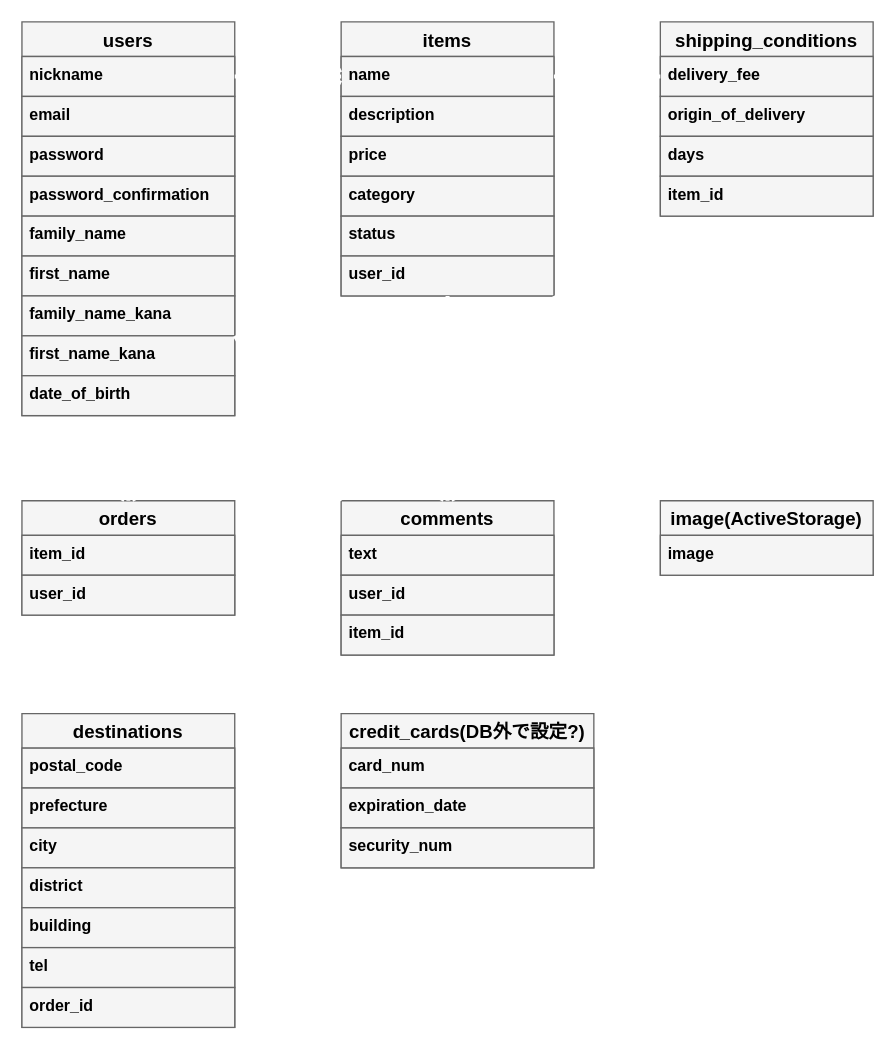
The draw.io diagram .dio in kentoshiohara/furima-38883, before the edit. Source tidied: cells renumbered, new cells numbered last; positions are measured from the earlier drawing's top-left corner, leaving out a move shared by most shapes. Both pictures are drawn from the tidied source at 133%, with x=0, y=0 at pixel (21, 21).
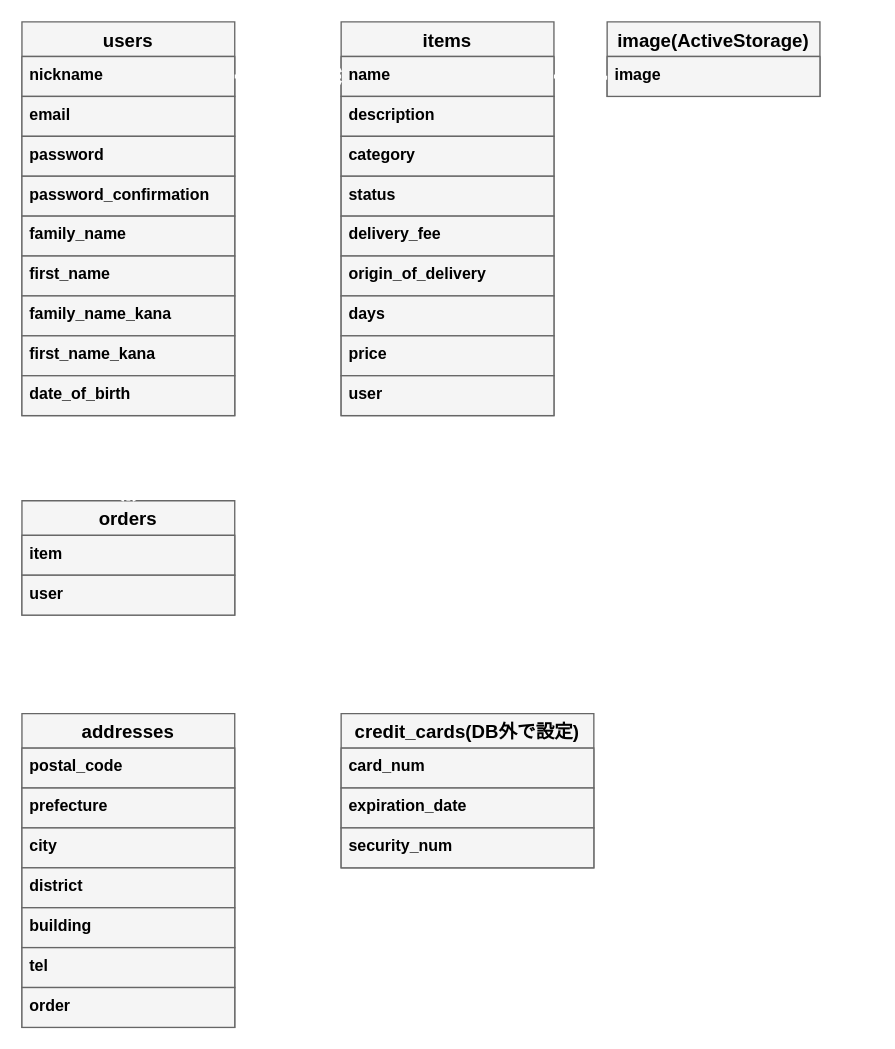
The same page after the edit.

The change refers to these unchanged cells:
```xml
<mxCell id="14" value="name" style="text;strokeColor=#666666;fillColor=#f5f5f5;spacingLeft=4;spacingRight=4;overflow=hidden;points=[[0,0.5],[1,0.5]];portConstraint=eastwest;fontSize=12;fontStyle=1;fontColor=#000000;" parent="13" vertex="1">
  <mxGeometry y="26" width="160" height="30" as="geometry" />
</mxCell>
<mxCell id="21" value="orders" style="swimlane;fontStyle=1;horizontal=1;startSize=26;align=center;fontSize=14;fontColor=#000000;fillColor=#f5f5f5;strokeColor=#666666;" parent="1" vertex="1">
  <mxGeometry y="360" width="160" height="86" as="geometry" />
</mxCell>
```

Diff of the diagram source:
```diff
@@
     <mxCell id="13" value="items" style="swimlane;fontStyle=1;horizontal=1;startSize=26;align=center;fontSize=14;fontColor=#000000;fillColor=#f5f5f5;strokeColor=#666666;" parent="1" vertex="1">
-      <mxGeometry x="240" width="160" height="206" as="geometry" />
+      <mxGeometry x="240" width="160" height="296" as="geometry" />
     </mxCell>
@@
-    <mxCell id="16" value="price" style="text;strokeColor=#666666;fillColor=#f5f5f5;spacingLeft=4;spacingRight=4;overflow=hidden;fontSize=12;fontStyle=1;fontColor=#000000;" parent="13" vertex="1">
-      <mxGeometry y="86" width="160" height="30" as="geometry" />
-    </mxCell>
     <mxCell id="17" value="category" style="text;strokeColor=#666666;fillColor=#f5f5f5;spacingLeft=4;spacingRight=4;overflow=hidden;fontSize=12;fontStyle=1;fontColor=#000000;" parent="13" vertex="1">
-      <mxGeometry y="116" width="160" height="30" as="geometry" />
+      <mxGeometry y="86" width="160" height="30" as="geometry" />
     </mxCell>
     <mxCell id="18" value="status" style="text;strokeColor=#666666;fillColor=#f5f5f5;spacingLeft=4;spacingRight=4;overflow=hidden;fontSize=12;fontStyle=1;fontColor=#000000;" parent="13" vertex="1">
-      <mxGeometry y="146" width="160" height="30" as="geometry" />
+      <mxGeometry y="116" width="160" height="30" as="geometry" />
     </mxCell>
+    <mxCell id="38" value="delivery_fee  " style="text;strokeColor=#666666;fillColor=#f5f5f5;spacingLeft=4;spacingRight=4;overflow=hidden;points=[[0,0.5],[1,0.5]];portConstraint=eastwest;fontSize=12;fontStyle=1;fontColor=#000000;" parent="13" vertex="1">
+      <mxGeometry y="146" width="160" height="30" as="geometry" />
+    </mxCell>
+    <mxCell id="16" value="origin_of_delivery" style="text;strokeColor=#666666;fillColor=#f5f5f5;spacingLeft=4;spacingRight=4;overflow=hidden;fontSize=12;fontStyle=1;fontColor=#000000;" parent="13" vertex="1">
+      <mxGeometry y="176" width="160" height="30" as="geometry" />
+    </mxCell>
+    <mxCell id="40" value="days" style="text;strokeColor=#666666;fillColor=#f5f5f5;spacingLeft=4;spacingRight=4;overflow=hidden;fontSize=12;fontStyle=1;fontColor=#000000;" parent="13" vertex="1">
+      <mxGeometry y="206" width="160" height="30" as="geometry" />
+    </mxCell>
+    <mxCell id="55" value="price" style="text;strokeColor=#666666;fillColor=#f5f5f5;spacingLeft=4;spacingRight=4;overflow=hidden;fontSize=12;fontStyle=1;fontColor=#000000;" parent="13" vertex="1">
+      <mxGeometry y="236" width="160" height="30" as="geometry" />
+    </mxCell>
-    <mxCell id="19" value="user_id" style="text;strokeColor=#666666;fillColor=#f5f5f5;spacingLeft=4;spacingRight=4;overflow=hidden;points=[[0,0.5],[1,0.5]];portConstraint=eastwest;fontSize=12;fontStyle=1;fontColor=#000000;" parent="13" vertex="1">
-      <mxGeometry y="176" width="160" height="30" as="geometry" />
+    <mxCell id="19" value="user" style="text;strokeColor=#666666;fillColor=#f5f5f5;spacingLeft=4;spacingRight=4;overflow=hidden;points=[[0,0.5],[1,0.5]];portConstraint=eastwest;fontSize=12;fontStyle=1;fontColor=#000000;" parent="13" vertex="1">
+      <mxGeometry y="266" width="160" height="30" as="geometry" />
     </mxCell>
@@
-    <mxCell id="22" value="item_id" style="text;strokeColor=#666666;fillColor=#f5f5f5;spacingLeft=4;spacingRight=4;overflow=hidden;points=[[0,0.5],[1,0.5]];portConstraint=eastwest;fontSize=12;fontStyle=1;fontColor=#000000;" parent="21" vertex="1">
+    <mxCell id="22" value="item" style="text;strokeColor=#666666;fillColor=#f5f5f5;spacingLeft=4;spacingRight=4;overflow=hidden;points=[[0,0.5],[1,0.5]];portConstraint=eastwest;fontSize=12;fontStyle=1;fontColor=#000000;" parent="21" vertex="1">
       <mxGeometry y="26" width="160" height="30" as="geometry" />
     </mxCell>
-    <mxCell id="23" value="user_id" style="text;strokeColor=#666666;fillColor=#f5f5f5;spacingLeft=4;spacingRight=4;overflow=hidden;points=[[0,0.5],[1,0.5]];portConstraint=eastwest;fontSize=12;fontStyle=1;fontColor=#000000;" parent="21" vertex="1">
+    <mxCell id="23" value="user" style="text;strokeColor=#666666;fillColor=#f5f5f5;spacingLeft=4;spacingRight=4;overflow=hidden;points=[[0,0.5],[1,0.5]];portConstraint=eastwest;fontSize=12;fontStyle=1;fontColor=#000000;" parent="21" vertex="1">
       <mxGeometry y="56" width="160" height="30" as="geometry" />
     </mxCell>
@@
-    <mxCell id="25" value="destinations" style="swimlane;fontStyle=1;horizontal=1;startSize=26;align=center;fontSize=14;fontColor=#000000;fillColor=#f5f5f5;strokeColor=#666666;" parent="1" vertex="1">
+    <mxCell id="25" value="addresses" style="swimlane;fontStyle=1;horizontal=1;startSize=26;align=center;fontSize=14;fontColor=#000000;fillColor=#f5f5f5;strokeColor=#666666;" parent="1" vertex="1">
       <mxGeometry y="520" width="160" height="236" as="geometry" />
     </mxCell>
@@
-    <mxCell id="32" value="order_id" style="text;strokeColor=#666666;fillColor=#f5f5f5;spacingLeft=4;spacingRight=4;overflow=hidden;fontSize=12;fontStyle=1;fontColor=#000000;" parent="25" vertex="1">
+    <mxCell id="32" value="order" style="text;strokeColor=#666666;fillColor=#f5f5f5;spacingLeft=4;spacingRight=4;overflow=hidden;fontSize=12;fontStyle=1;fontColor=#000000;" parent="25" vertex="1">
       <mxGeometry y="206" width="160" height="30" as="geometry" />
     </mxCell>
-    <mxCell id="33" value="comments" style="swimlane;fontStyle=1;horizontal=1;startSize=26;align=center;fontSize=14;fontColor=#000000;fillColor=#f5f5f5;strokeColor=#666666;" parent="1" vertex="1">
-      <mxGeometry x="240" y="360" width="160" height="116" as="geometry" />
-    </mxCell>
-    <mxCell id="34" value="text" style="text;strokeColor=#666666;fillColor=#f5f5f5;spacingLeft=4;spacingRight=4;overflow=hidden;fontSize=12;fontStyle=1;fontColor=#000000;" parent="33" vertex="1">
-      <mxGeometry y="26" width="160" height="30" as="geometry" />
-    </mxCell>
-    <mxCell id="35" value="user_id" style="text;strokeColor=#666666;fillColor=#f5f5f5;spacingLeft=4;spacingRight=4;overflow=hidden;fontSize=12;fontStyle=1;fontColor=#000000;" parent="33" vertex="1">
-      <mxGeometry y="56" width="160" height="30" as="geometry" />
-    </mxCell>
-    <mxCell id="36" value="item_id" style="text;strokeColor=#666666;fillColor=#f5f5f5;spacingLeft=4;spacingRight=4;overflow=hidden;fontSize=12;fontStyle=1;fontColor=#000000;" parent="33" vertex="1">
-      <mxGeometry y="86" width="160" height="30" as="geometry" />
-    </mxCell>
-    <mxCell id="37" value="shipping_conditions" style="swimlane;fontStyle=1;horizontal=1;startSize=26;align=center;fontSize=14;fontColor=#000000;fillColor=#f5f5f5;strokeColor=#666666;" parent="1" vertex="1">
-      <mxGeometry x="480" width="160" height="146" as="geometry" />
-    </mxCell>
-    <mxCell id="38" value="delivery_fee" style="text;strokeColor=#666666;fillColor=#f5f5f5;spacingLeft=4;spacingRight=4;overflow=hidden;points=[[0,0.5],[1,0.5]];portConstraint=eastwest;fontSize=12;fontStyle=1;fontColor=#000000;" parent="37" vertex="1">
-      <mxGeometry y="26" width="160" height="30" as="geometry" />
-    </mxCell>
-    <mxCell id="39" value="origin_of_delivery" style="text;strokeColor=#666666;fillColor=#f5f5f5;spacingLeft=4;spacingRight=4;overflow=hidden;fontSize=12;fontStyle=1;fontColor=#000000;" parent="37" vertex="1">
-      <mxGeometry y="56" width="160" height="30" as="geometry" />
-    </mxCell>
-    <mxCell id="40" value="days" style="text;strokeColor=#666666;fillColor=#f5f5f5;spacingLeft=4;spacingRight=4;overflow=hidden;fontSize=12;fontStyle=1;fontColor=#000000;" parent="37" vertex="1">
-      <mxGeometry y="86" width="160" height="30" as="geometry" />
-    </mxCell>
-    <mxCell id="41" value="item_id" style="text;strokeColor=#666666;fillColor=#f5f5f5;spacingLeft=4;spacingRight=4;overflow=hidden;fontSize=12;fontStyle=1;fontColor=#000000;" parent="37" vertex="1">
-      <mxGeometry y="116" width="160" height="30" as="geometry" />
-    </mxCell>
@@
-    <mxCell id="44" style="edgeStyle=none;html=1;exitX=1;exitY=0.5;exitDx=0;exitDy=0;entryX=0;entryY=0;entryDx=0;entryDy=0;endArrow=ERoneToMany;endFill=0;fontStyle=1;fontColor=#000000;fillColor=#f5f5f5;strokeColor=#FFFFFF;strokeWidth=3;" parent="1" edge="1" target="33">
-      <mxGeometry relative="1" as="geometry">
-        <mxPoint x="160" y="236" as="sourcePoint" />
-      </mxGeometry>
-    </mxCell>
-    <mxCell id="45" style="edgeStyle=none;html=1;exitX=0.5;exitY=1;exitDx=0;exitDy=0;endArrow=ERoneToMany;endFill=0;fontStyle=1;fontColor=#000000;fillColor=#f5f5f5;strokeColor=#FFFFFF;strokeWidth=3;entryX=0.5;entryY=0;entryDx=0;entryDy=0;" parent="1" edge="1" source="13" target="33">
-      <mxGeometry relative="1" as="geometry" />
-    </mxCell>
-    <mxCell id="46" style="edgeStyle=none;html=1;exitX=0;exitY=0.5;exitDx=0;exitDy=0;entryX=1;entryY=0.5;entryDx=0;entryDy=0;endArrow=none;endFill=0;fontStyle=1;fontColor=#000000;fillColor=#f5f5f5;strokeColor=#FFFFFF;strokeWidth=3;" parent="1" edge="1" source="38">
-      <mxGeometry relative="1" as="geometry">
-        <mxPoint x="400" y="41" as="targetPoint" />
-      </mxGeometry>
-    </mxCell>
@@
-    <mxCell id="48" value="credit_cards(DB外で設定?)" style="swimlane;fontStyle=1;horizontal=1;startSize=26;align=center;fontSize=14;fontColor=#000000;fillColor=#f5f5f5;strokeColor=#666666;" parent="1" vertex="1">
+    <mxCell id="48" value="credit_cards(DB外で設定)" style="swimlane;fontStyle=1;horizontal=1;startSize=26;align=center;fontSize=14;fontColor=#000000;fillColor=#f5f5f5;strokeColor=#666666;" parent="1" vertex="1">
       <mxGeometry x="240" y="520" width="190" height="116" as="geometry" />
     </mxCell>
@@
-    <mxCell id="52" style="edgeStyle=none;html=1;exitX=0;exitY=0;exitDx=0;exitDy=0;entryX=1;entryY=1;entryDx=0;entryDy=0;labelBackgroundColor=default;strokeColor=#FFFFFF;strokeWidth=3;fontColor=#FFFFFF;endArrow=none;endFill=0;" parent="1" edge="1" source="53" target="13">
-      <mxGeometry relative="1" as="geometry" />
-    </mxCell>
     <mxCell id="53" value="image(ActiveStorage)" style="swimlane;fontStyle=1;horizontal=1;startSize=26;align=center;fontSize=14;fontColor=#000000;fillColor=#f5f5f5;strokeColor=#666666;" parent="1" vertex="1">
-      <mxGeometry x="480" y="360" width="160" height="56" as="geometry" />
+      <mxGeometry x="440" width="160" height="56" as="geometry" />
     </mxCell>
@@
+    <mxCell id="56" style="edgeStyle=none;html=1;exitX=1;exitY=0.5;exitDx=0;exitDy=0;entryX=0;entryY=0.75;entryDx=0;entryDy=0;labelBackgroundColor=default;strokeColor=#FFFFFF;strokeWidth=3;fontColor=#FFFFFF;endArrow=none;endFill=0;" parent="1" edge="1" source="14" target="53">
+      <mxGeometry relative="1" as="geometry" />
+    </mxCell>
```
